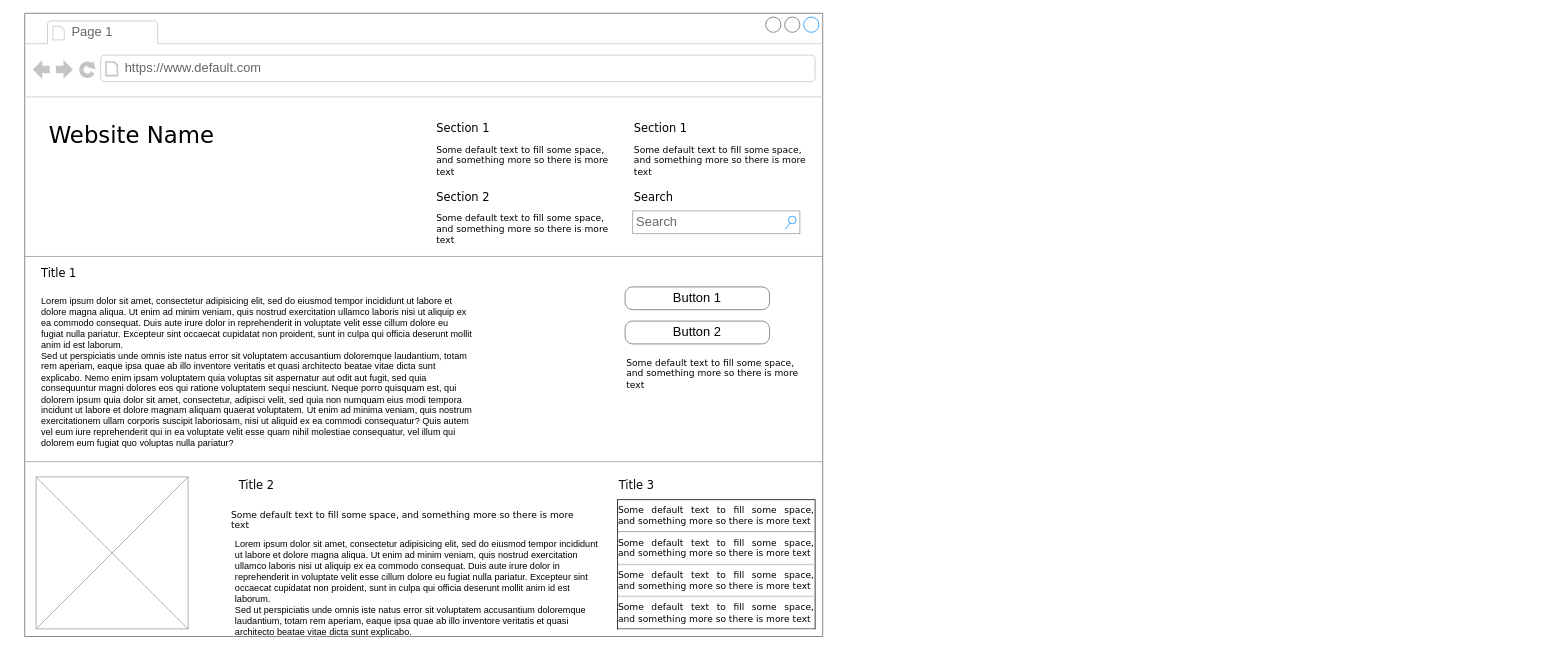
Earlier version of the draw.io diagram source/assets/Untitled Diagram.drawio (myebstudios/eb-image-reducer). Source tidied: cells renumbered, new cells numbered last; positions are measured from the earlier drawing's top-left corner, leaving out a move shared by most shapes. Both pictures are drawn from the tidied source at 76%, with x=0, y=0 at pixel (24, 13).
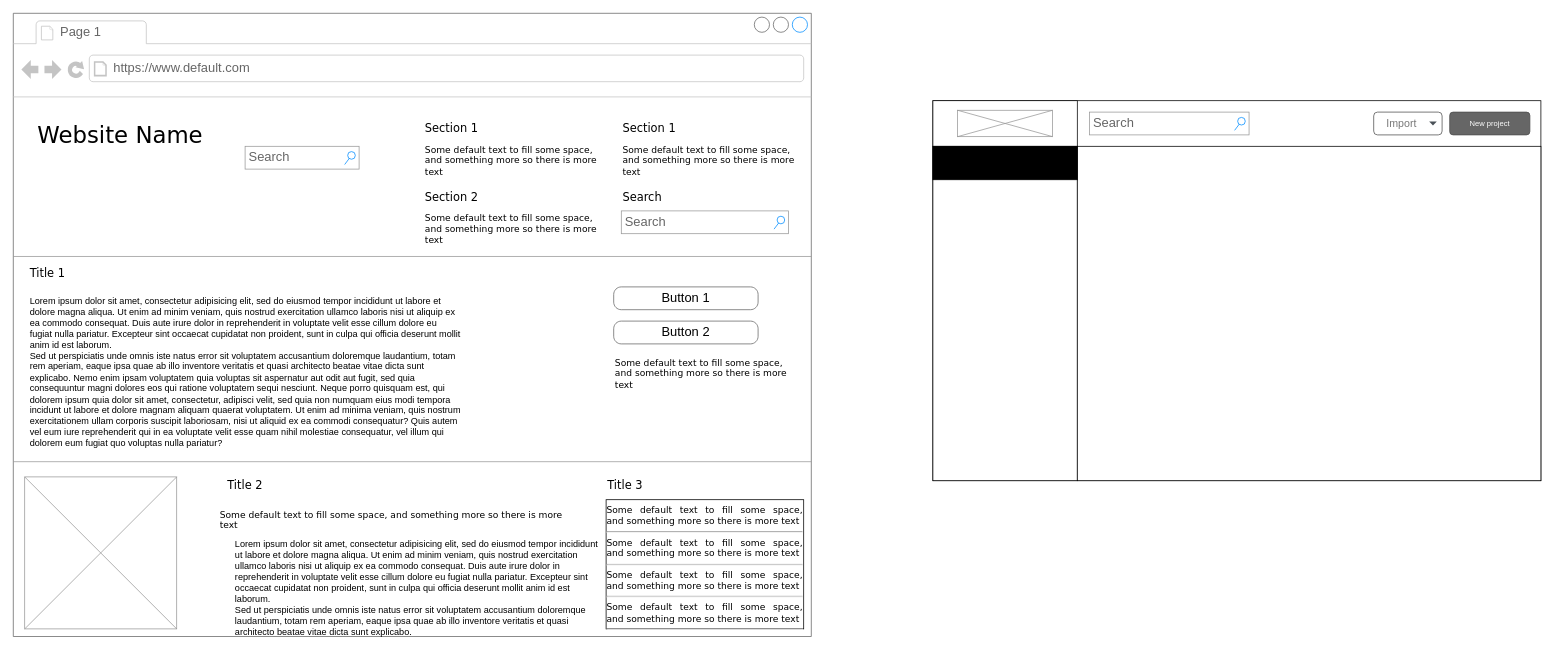
Above is the later version.

The edit, as a diff of the source:
```diff
@@
     <mxCell id="2" style="strokeWidth=1;shadow=0;dashed=0;align=center;html=1;shape=mxgraph.mockup.containers.browserWindow;rSize=0;strokeColor=#666666;mainText=,;rounded=0;labelBackgroundColor=none;fontFamily=Verdana;fontSize=12;" parent="1" vertex="1">
-      <mxGeometry width="1050" height="820" as="geometry" />
+      <mxGeometry x="-15" width="1050" height="820" as="geometry" />
     </mxCell>
@@
+    <mxCell id="27" value="Search" style="strokeWidth=1;shadow=0;dashed=0;align=center;html=1;shape=mxgraph.mockup.forms.searchBox;strokeColor=#999999;mainText=;strokeColor2=#008cff;fontColor=#666666;fontSize=17;align=left;spacingLeft=3;whiteSpace=wrap;" parent="2" vertex="1">
+      <mxGeometry x="305" y="175" width="150" height="30" as="geometry" />
+    </mxCell>
@@
+    <mxCell id="28" style="rounded=0;whiteSpace=wrap;html=1;" parent="1" vertex="1">
+      <mxGeometry x="1195" y="115" width="800" height="500" as="geometry" />
+    </mxCell>
+    <mxCell id="29" style="rounded=0;whiteSpace=wrap;html=1;" parent="1" vertex="1">
+      <mxGeometry x="1195" y="175" width="190" height="440" as="geometry" />
+    </mxCell>
+    <mxCell id="30" style="rounded=0;whiteSpace=wrap;html=1;" parent="1" vertex="1">
+      <mxGeometry x="1195" y="115" width="190" height="60" as="geometry" />
+    </mxCell>
+    <mxCell id="31" style="rounded=0;whiteSpace=wrap;html=1;" parent="1" vertex="1">
+      <mxGeometry x="1385" y="175" width="610" height="440" as="geometry" />
+    </mxCell>
+    <mxCell id="32" value="Search" style="strokeWidth=1;shadow=0;dashed=0;align=center;html=1;shape=mxgraph.mockup.forms.searchBox;strokeColor=#999999;mainText=;strokeColor2=#008cff;fontColor=#666666;fontSize=17;align=left;spacingLeft=3;whiteSpace=wrap;" parent="1" vertex="1">
+      <mxGeometry x="1401" y="130" width="210" height="30" as="geometry" />
+    </mxCell>
+    <mxCell id="33" value="New project" style="rounded=1;html=1;shadow=0;dashed=0;whiteSpace=wrap;fontSize=10;fillColor=#666666;align=center;strokeColor=#4D4D4D;fontColor=#ffffff;" parent="1" vertex="1">
+      <mxGeometry x="1875" y="130" width="105.5" height="30" as="geometry" />
+    </mxCell>
+    <mxCell id="34" value="Import" style="html=1;shadow=0;dashed=0;shape=mxgraph.bootstrap.rrect;rSize=5;strokeColor=#505050;strokeWidth=1;fillColor=#ffffff;fontColor=#777777;whiteSpace=wrap;align=left;verticalAlign=middle;fontStyle=0;fontSize=14;spacingRight=0;spacing=17;" parent="1" vertex="1">
+      <mxGeometry x="1775" y="130" width="90" height="30" as="geometry" />
+    </mxCell>
+    <mxCell id="35" style="shape=triangle;direction=south;fillColor=#495057;strokeColor=none;perimeter=none;" parent="34" vertex="1">
+      <mxGeometry x="1" y="0.5" width="10" height="5" relative="1" as="geometry">
+        <mxPoint x="-17" y="-2.5" as="offset" />
+      </mxGeometry>
+    </mxCell>
+    <mxCell id="36" style="verticalLabelPosition=bottom;shadow=0;dashed=0;align=center;html=1;verticalAlign=top;strokeWidth=1;shape=mxgraph.mockup.graphics.simpleIcon;strokeColor=#999999;" parent="1" vertex="1">
+      <mxGeometry x="1227.5" y="127.6" width="125" height="34.7" as="geometry" />
+    </mxCell>
+    <mxCell id="37" style="rounded=0;whiteSpace=wrap;html=1;fillColor=#000000;" parent="1" vertex="1">
+      <mxGeometry x="1195" y="175" width="190" height="44" as="geometry" />
+    </mxCell>
```
